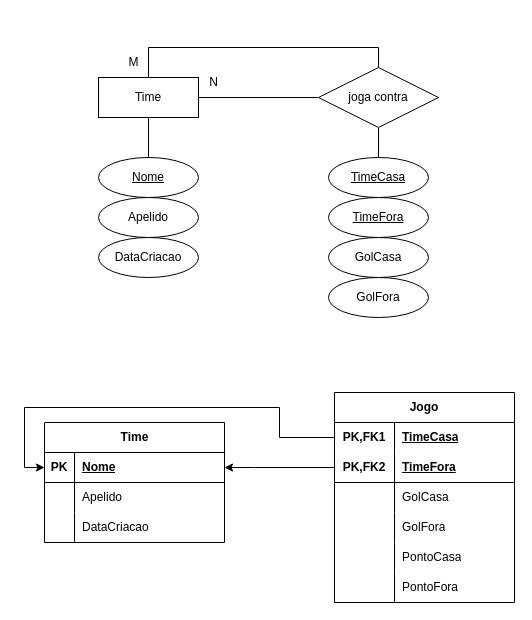
Earlier version of the draw.io diagram mer-campeonato_amador.drawio (nicolasbalduino/CampeonatoSQL). Source tidied: cells renumbered, new cells numbered last; positions are measured from the earlier drawing's top-left corner, leaving out a move shared by most shapes. Both pictures are drawn from the tidied source at 100%, with x=0, y=0 at pixel (24, 47).
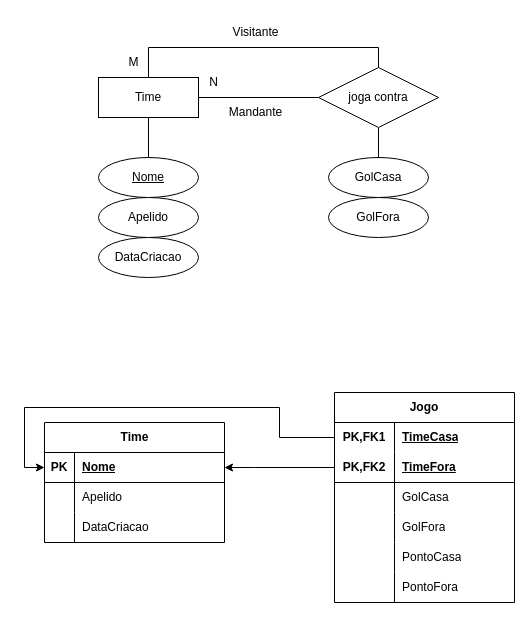
After the change.

Commit message:
alteracao do MER

The change refers to these unchanged cells:
```xml
<mxCell id="7" value="joga contra" style="shape=rhombus;perimeter=rhombusPerimeter;whiteSpace=wrap;html=1;align=center;" parent="1" vertex="1">
  <mxGeometry x="294" y="20" width="120" height="60" as="geometry" />
</mxCell>
```

The edit, as a diff of the source:
```diff
@@
-    <mxCell id="5" style="edgeStyle=orthogonalEdgeStyle;rounded=0;jettySize=auto;html=1;exitX=0.5;exitY=1;exitDx=0;exitDy=0;entryX=0.5;entryY=0;entryDx=0;entryDy=0;endArrow=none;endFill=0;" parent="1" edge="1" source="7" target="11">
+    <mxCell id="5" style="edgeStyle=orthogonalEdgeStyle;rounded=0;jettySize=auto;html=1;exitX=0.5;exitY=1;exitDx=0;exitDy=0;entryX=0.5;entryY=0;entryDx=0;entryDy=0;endArrow=none;endFill=0;" parent="1" edge="1" source="7" target="13">
       <mxGeometry relative="1" as="geometry" />
     </mxCell>
@@
-    <mxCell id="11" value="&lt;u&gt;TimeCasa&lt;/u&gt;" style="ellipse;whiteSpace=wrap;html=1;align=center;" parent="1" vertex="1">
-      <mxGeometry x="304" y="110" width="100" height="40" as="geometry" />
-    </mxCell>
-    <mxCell id="12" value="&lt;u&gt;TimeFora&lt;/u&gt;" style="ellipse;whiteSpace=wrap;html=1;align=center;" parent="1" vertex="1">
-      <mxGeometry x="304" y="150" width="100" height="40" as="geometry" />
-    </mxCell>
     <mxCell id="13" value="GolCasa" style="ellipse;whiteSpace=wrap;html=1;align=center;" parent="1" vertex="1">
-      <mxGeometry x="304" y="190" width="100" height="40" as="geometry" />
+      <mxGeometry x="304" y="110" width="100" height="40" as="geometry" />
     </mxCell>
     <mxCell id="14" value="GolFora" style="ellipse;whiteSpace=wrap;html=1;align=center;" parent="1" vertex="1">
-      <mxGeometry x="304" y="230" width="100" height="40" as="geometry" />
+      <mxGeometry x="304" y="150" width="100" height="40" as="geometry" />
     </mxCell>
@@
+    <mxCell id="48" value="Mandante" style="text;html=1;align=center;verticalAlign=middle;strokeColor=none;fillColor=none;" parent="1" vertex="1">
+      <mxGeometry x="191" y="50" width="80" height="30" as="geometry" />
+    </mxCell>
+    <mxCell id="49" value="Visitante" style="text;html=1;align=center;verticalAlign=middle;strokeColor=none;fillColor=none;" parent="1" vertex="1">
+      <mxGeometry x="196" y="-30" width="70" height="30" as="geometry" />
+    </mxCell>
```
